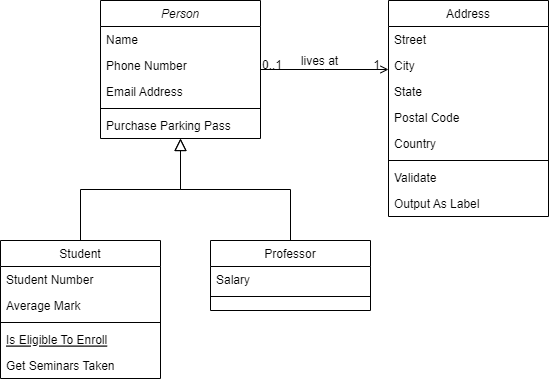
Before: 测试01.png, a diagram exported from draw.io (LuoShanHui/testDemo). Source tidied: cells renumbered, new cells last; positions are measured from the earlier drawing's top-left corner, leaving out a move shared by most shapes. Its diagram source:
```xml
<mxGraphModel>
  <root>
    <mxCell id="0" />
    <mxCell id="1" parent="0" />
    <mxCell id="2" value="Person" style="swimlane;fontStyle=2;align=center;verticalAlign=top;horizontal=1;startSize=26;rounded=0;shadow=0;strokeWidth=1;" parent="1" vertex="1">
      <mxGeometry x="100" width="160" height="138" as="geometry" />
    </mxCell>
    <mxCell id="3" value="Name" style="text;align=left;verticalAlign=top;spacingLeft=4;spacingRight=4;overflow=hidden;" parent="2" vertex="1">
      <mxGeometry y="26" width="160" height="26" as="geometry" />
    </mxCell>
    <mxCell id="4" value="Phone Number" style="text;align=left;verticalAlign=top;spacingLeft=4;spacingRight=4;overflow=hidden;rounded=0;shadow=0;html=0;" parent="2" vertex="1">
      <mxGeometry y="52" width="160" height="26" as="geometry" />
    </mxCell>
    <mxCell id="5" value="Email Address" style="text;align=left;verticalAlign=top;spacingLeft=4;spacingRight=4;overflow=hidden;rounded=0;shadow=0;html=0;" parent="2" vertex="1">
      <mxGeometry y="78" width="160" height="26" as="geometry" />
    </mxCell>
    <mxCell id="6" style="line;html=1;strokeWidth=1;align=left;verticalAlign=middle;spacingTop=-1;spacingLeft=3;spacingRight=3;labelPosition=right;" parent="2" vertex="1">
      <mxGeometry y="104" width="160" height="8" as="geometry" />
    </mxCell>
    <mxCell id="7" value="Purchase Parking Pass" style="text;align=left;verticalAlign=top;spacingLeft=4;spacingRight=4;overflow=hidden;" parent="2" vertex="1">
      <mxGeometry y="112" width="160" height="26" as="geometry" />
    </mxCell>
    <mxCell id="8" value="Student" style="swimlane;fontStyle=0;align=center;verticalAlign=top;horizontal=1;startSize=26;rounded=0;shadow=0;strokeWidth=1;" parent="1" vertex="1">
      <mxGeometry y="240" width="160" height="138" as="geometry" />
    </mxCell>
    <mxCell id="9" value="Student Number" style="text;align=left;verticalAlign=top;spacingLeft=4;spacingRight=4;overflow=hidden;" parent="8" vertex="1">
      <mxGeometry y="26" width="160" height="26" as="geometry" />
    </mxCell>
    <mxCell id="10" value="Average Mark" style="text;align=left;verticalAlign=top;spacingLeft=4;spacingRight=4;overflow=hidden;rounded=0;shadow=0;html=0;" parent="8" vertex="1">
      <mxGeometry y="52" width="160" height="26" as="geometry" />
    </mxCell>
    <mxCell id="11" style="line;html=1;strokeWidth=1;align=left;verticalAlign=middle;spacingTop=-1;spacingLeft=3;spacingRight=3;labelPosition=right;" parent="8" vertex="1">
      <mxGeometry y="78" width="160" height="8" as="geometry" />
    </mxCell>
    <mxCell id="12" value="Is Eligible To Enroll" style="text;align=left;verticalAlign=top;spacingLeft=4;spacingRight=4;overflow=hidden;fontStyle=4;" parent="8" vertex="1">
      <mxGeometry y="86" width="160" height="26" as="geometry" />
    </mxCell>
    <mxCell id="13" value="Get Seminars Taken" style="text;align=left;verticalAlign=top;spacingLeft=4;spacingRight=4;overflow=hidden;" parent="8" vertex="1">
      <mxGeometry y="112" width="160" height="26" as="geometry" />
    </mxCell>
    <mxCell id="14" style="endArrow=block;endSize=10;endFill=0;shadow=0;strokeWidth=1;rounded=0;edgeStyle=elbowEdgeStyle;elbow=vertical;" parent="1" edge="1" source="8" target="2">
      <mxGeometry relative="1" as="geometry" />
    </mxCell>
    <mxCell id="15" value="Professor" style="swimlane;fontStyle=0;align=center;verticalAlign=top;horizontal=1;startSize=26;rounded=0;shadow=0;strokeWidth=1;" parent="1" vertex="1">
      <mxGeometry x="210" y="240" width="160" height="70" as="geometry" />
    </mxCell>
    <mxCell id="16" value="Salary" style="text;align=left;verticalAlign=top;spacingLeft=4;spacingRight=4;overflow=hidden;" parent="15" vertex="1">
      <mxGeometry y="26" width="160" height="26" as="geometry" />
    </mxCell>
    <mxCell id="17" style="line;html=1;strokeWidth=1;align=left;verticalAlign=middle;spacingTop=-1;spacingLeft=3;spacingRight=3;labelPosition=right;" parent="15" vertex="1">
      <mxGeometry y="52" width="160" height="8" as="geometry" />
    </mxCell>
    <mxCell id="18" style="endArrow=block;endSize=10;endFill=0;shadow=0;strokeWidth=1;rounded=0;edgeStyle=elbowEdgeStyle;elbow=vertical;" parent="1" edge="1" source="15" target="2">
      <mxGeometry relative="1" as="geometry" />
    </mxCell>
    <mxCell id="19" value="Address" style="swimlane;fontStyle=0;align=center;verticalAlign=top;horizontal=1;startSize=26;rounded=0;shadow=0;strokeWidth=1;" parent="1" vertex="1">
      <mxGeometry x="388" width="160" height="216" as="geometry" />
    </mxCell>
    <mxCell id="20" value="Street" style="text;align=left;verticalAlign=top;spacingLeft=4;spacingRight=4;overflow=hidden;" parent="19" vertex="1">
      <mxGeometry y="26" width="160" height="26" as="geometry" />
    </mxCell>
    <mxCell id="21" value="City" style="text;align=left;verticalAlign=top;spacingLeft=4;spacingRight=4;overflow=hidden;rounded=0;shadow=0;html=0;" parent="19" vertex="1">
      <mxGeometry y="52" width="160" height="26" as="geometry" />
    </mxCell>
    <mxCell id="22" value="State" style="text;align=left;verticalAlign=top;spacingLeft=4;spacingRight=4;overflow=hidden;rounded=0;shadow=0;html=0;" parent="19" vertex="1">
      <mxGeometry y="78" width="160" height="26" as="geometry" />
    </mxCell>
    <mxCell id="23" value="Postal Code" style="text;align=left;verticalAlign=top;spacingLeft=4;spacingRight=4;overflow=hidden;rounded=0;shadow=0;html=0;" parent="19" vertex="1">
      <mxGeometry y="104" width="160" height="26" as="geometry" />
    </mxCell>
    <mxCell id="24" value="Country" style="text;align=left;verticalAlign=top;spacingLeft=4;spacingRight=4;overflow=hidden;rounded=0;shadow=0;html=0;" parent="19" vertex="1">
      <mxGeometry y="130" width="160" height="26" as="geometry" />
    </mxCell>
    <mxCell id="25" style="line;html=1;strokeWidth=1;align=left;verticalAlign=middle;spacingTop=-1;spacingLeft=3;spacingRight=3;labelPosition=right;" parent="19" vertex="1">
      <mxGeometry y="156" width="160" height="8" as="geometry" />
    </mxCell>
    <mxCell id="26" value="Validate" style="text;align=left;verticalAlign=top;spacingLeft=4;spacingRight=4;overflow=hidden;" parent="19" vertex="1">
      <mxGeometry y="164" width="160" height="26" as="geometry" />
    </mxCell>
    <mxCell id="27" value="Output As Label" style="text;align=left;verticalAlign=top;spacingLeft=4;spacingRight=4;overflow=hidden;" parent="19" vertex="1">
      <mxGeometry y="190" width="160" height="26" as="geometry" />
    </mxCell>
    <mxCell id="28" style="endArrow=open;shadow=0;strokeWidth=1;rounded=0;endFill=1;edgeStyle=elbowEdgeStyle;elbow=vertical;" parent="1" edge="1" source="2" target="19">
      <mxGeometry x="0.5" y="41" relative="1" as="geometry">
        <mxPoint x="-40" y="32" as="offset" />
      </mxGeometry>
    </mxCell>
    <mxCell id="29" value="0..1" style="align=left;verticalAlign=bottom;labelBackgroundColor=none;fontSize=12;" parent="28" vertex="1">
      <mxGeometry x="-1" relative="1" as="geometry">
        <mxPoint y="4" as="offset" />
      </mxGeometry>
    </mxCell>
    <mxCell id="30" value="1" style="align=right;verticalAlign=bottom;labelBackgroundColor=none;fontSize=12;" parent="28" vertex="1">
      <mxGeometry x="1" relative="1" as="geometry">
        <mxPoint x="-7" y="4" as="offset" />
      </mxGeometry>
    </mxCell>
    <mxCell id="31" value="lives at" style="text;html=1;align=center;verticalAlign=middle;labelBackgroundColor=none;rounded=0;shadow=0;strokeWidth=1;fontSize=12;" parent="28" vertex="1">
      <mxGeometry x="0.5" y="49" relative="1" as="geometry">
        <mxPoint x="-38" y="40" as="offset" />
      </mxGeometry>
    </mxCell>
  </root>
</mxGraphModel>
```
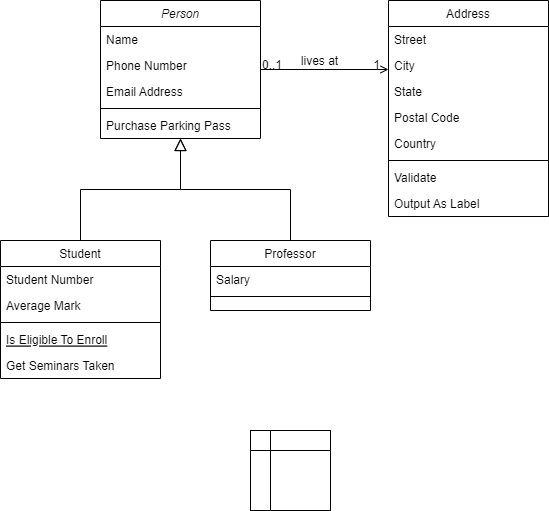
Above is the later version.

What changed in the source:
```diff
@@ -100,5 +100,8 @@
         <mxPoint x="-38" y="40" as="offset" />
       </mxGeometry>
     </mxCell>
+    <mxCell id="32" style="shape=internalStorage;whiteSpace=wrap;html=1;backgroundOutline=1;" parent="1" vertex="1">
+      <mxGeometry x="250" y="430" width="80" height="80" as="geometry" />
+    </mxCell>
   </root>
 </mxGraphModel>
```
